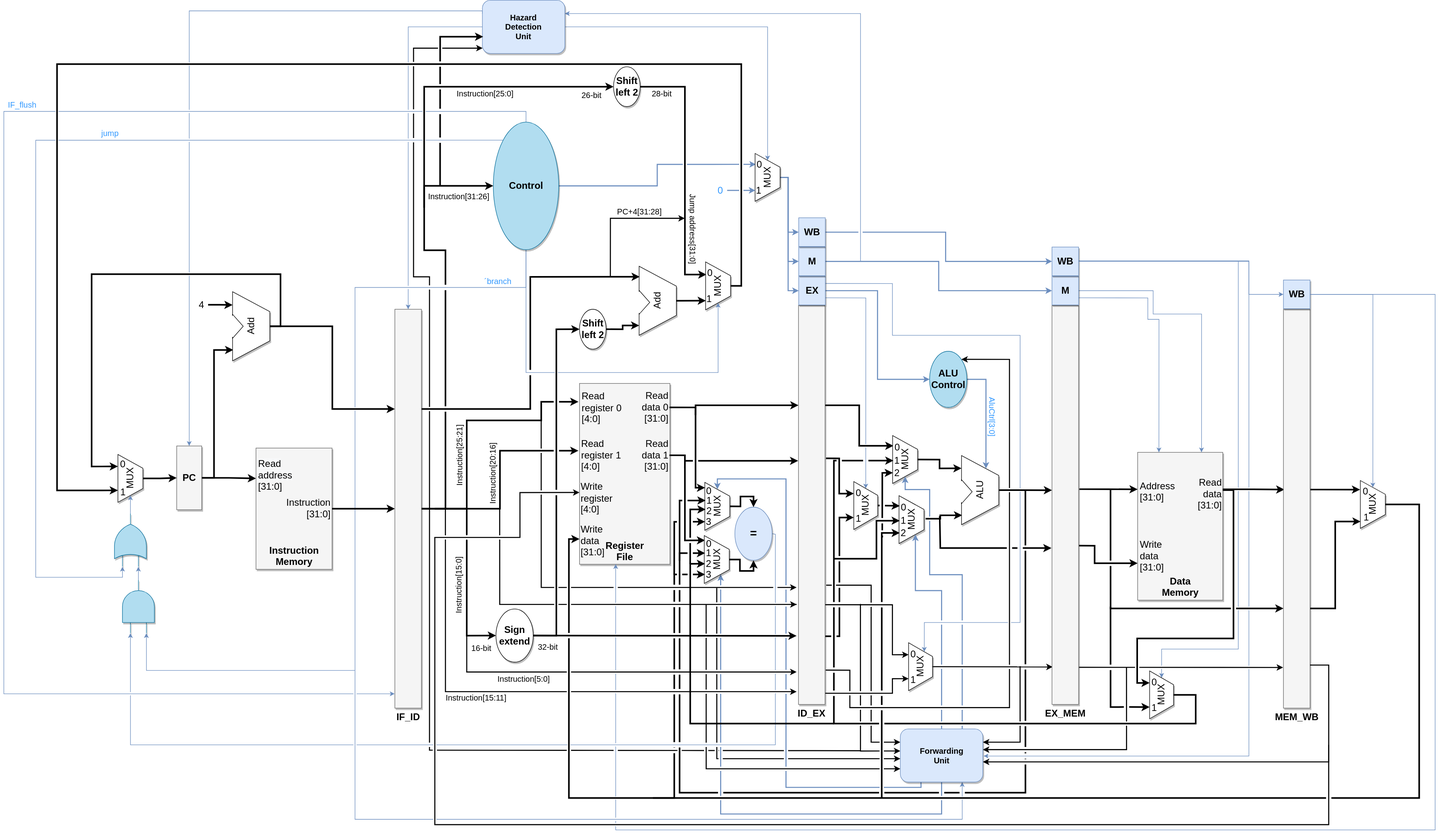
Above: pipeline/alib/MIPS_structure.svg in UandersonSilva/MIPS (draw.io), before the change. Source tidied: cells renumbered, new cells last; positions are measured from the earlier drawing's top-left corner, leaving out a move shared by most shapes.
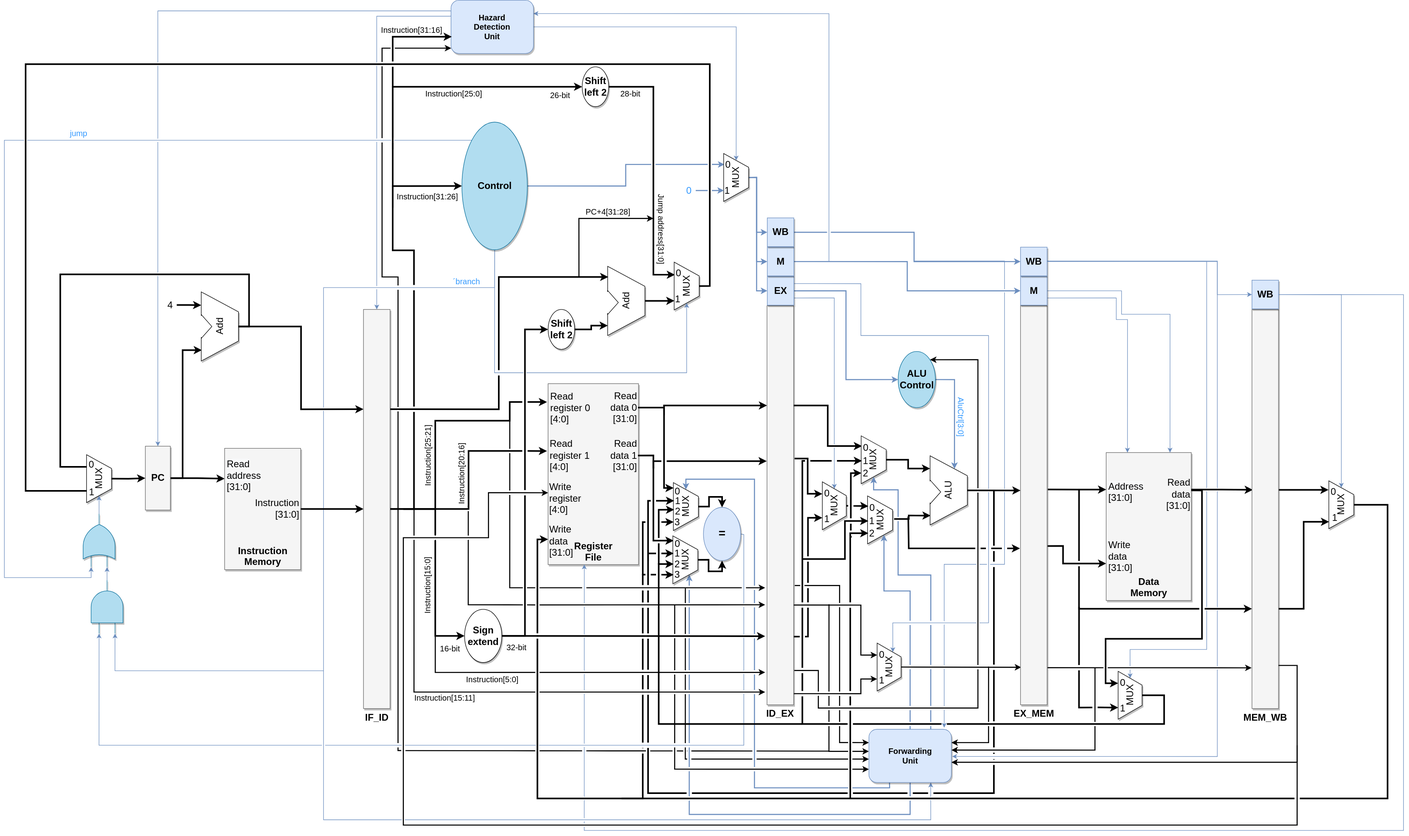
Above is the later version.

Commit message:
MIPS structure updated.

Diff of the diagram source:
```diff
@@ -315,15 +315,6 @@
         </Array>
       </mxGeometry>
     </mxCell>
-    <mxCell id="73" style="edgeStyle=orthogonalEdgeStyle;rounded=0;jumpStyle=gap;jettySize=auto;html=1;exitX=0.5;exitY=0;exitDx=0;exitDy=0;entryX=-0.01;entryY=0.964;entryDx=0;entryDy=0;strokeWidth=1;fontFamily=Helvetica;fontSize=12;fontColor=default;entryPerimeter=0;fillColor=#dae8fc;strokeColor=#6c8ebf;" parent="1" edge="1" source="75" target="95">
-      <mxGeometry relative="1" as="geometry">
-        <Array as="points">
-          <mxPoint x="981" y="209" />
-          <mxPoint y="209" />
-          <mxPoint y="1304" />
-        </Array>
-      </mxGeometry>
-    </mxCell>
     <mxCell id="74" style="edgeStyle=orthogonalEdgeStyle;rounded=0;jumpStyle=gap;jettySize=auto;html=1;exitX=1;exitY=0.5;exitDx=0;exitDy=0;entryX=0;entryY=0.5;entryDx=0;entryDy=0;strokeWidth=2;fontFamily=Helvetica;fontSize=12;fontColor=default;fillColor=#dae8fc;strokeColor=#6c8ebf;" parent="1" edge="1" source="75" target="194">
       <mxGeometry relative="1" as="geometry">
         <Array as="points">
@@ -581,6 +572,17 @@
         </Array>
       </mxGeometry>
     </mxCell>
+    <mxCell id="210" style="edgeStyle=orthogonalEdgeStyle;rounded=0;jettySize=auto;html=1;exitX=1;exitY=0.5;exitDx=0;exitDy=0;entryX=0.913;entryY=-0.03;entryDx=0;entryDy=0;entryPerimeter=0;fillColor=#dae8fc;strokeColor=#6c8ebf;jumpStyle=gap;" parent="1" edge="1" source="121" target="154">
+      <mxGeometry relative="1" as="geometry">
+        <Array as="points">
+          <mxPoint x="1770" y="436" />
+          <mxPoint x="1770" y="490" />
+          <mxPoint x="1940" y="490" />
+          <mxPoint x="1940" y="1060" />
+          <mxPoint x="1827" y="1060" />
+        </Array>
+      </mxGeometry>
+    </mxCell>
     <mxCell id="121" value="&lt;b&gt;WB&lt;/b&gt;" style="whiteSpace=wrap;html=1;shadow=1;fontSize=18;fillColor=#dae8fc;strokeColor=#6c8ebf;verticalAlign=middle;labelPosition=center;verticalLabelPosition=middle;align=center;" parent="1" vertex="1">
       <mxGeometry x="1494" y="409" width="50" height="54" as="geometry" />
     </mxCell>
@@ -827,10 +829,11 @@
     <mxCell id="159" value="1" style="text;html=1;strokeColor=none;fillColor=none;align=center;verticalAlign=middle;whiteSpace=wrap;rounded=0;shadow=1;fontSize=18;" parent="1" vertex="1">
       <mxGeometry x="1600.5" y="968" width="12" height="13" as="geometry" />
     </mxCell>
-    <mxCell id="160" style="edgeStyle=orthogonalEdgeStyle;rounded=0;jumpStyle=gap;jettySize=auto;html=1;exitX=0;exitY=0.5;exitDx=0;exitDy=0;entryX=0.5;entryY=0;entryDx=0;entryDy=0;strokeWidth=1;fontFamily=Helvetica;fontSize=12;fontColor=default;fillColor=#dae8fc;strokeColor=#6c8ebf;" parent="1" edge="1" source="163" target="95">
+    <mxCell id="160" style="edgeStyle=orthogonalEdgeStyle;rounded=0;jumpStyle=gap;jettySize=auto;html=1;exitX=0;exitY=0.25;exitDx=0;exitDy=0;entryX=0.5;entryY=0;entryDx=0;entryDy=0;strokeWidth=1;fontFamily=Helvetica;fontSize=12;fontColor=default;fillColor=#dae8fc;strokeColor=#6c8ebf;" parent="1" edge="1" source="163" target="95">
       <mxGeometry relative="1" as="geometry">
         <Array as="points">
-          <mxPoint x="760" y="50" />
+          <mxPoint x="900" y="30" />
+          <mxPoint x="760" y="30" />
         </Array>
       </mxGeometry>
     </mxCell>
@@ -1002,11 +1005,10 @@
     </mxCell>
     <mxCell id="197" style="edgeStyle=orthogonalEdgeStyle;rounded=0;jumpStyle=gap;orthogonalLoop=1;jettySize=auto;html=1;strokeWidth=3;entryX=0;entryY=0.5;entryDx=0;entryDy=0;" parent="1" edge="1">
       <mxGeometry relative="1" as="geometry">
-        <mxPoint x="820" y="350" as="sourcePoint" />
+        <mxPoint x="790" y="280" as="sourcePoint" />
         <mxPoint x="901" y="68.5" as="targetPoint" />
         <Array as="points">
-          <mxPoint x="820" y="320" />
-          <mxPoint x="820" y="69" />
+          <mxPoint x="790" y="69" />
         </Array>
       </mxGeometry>
     </mxCell>
@@ -1023,9 +1025,6 @@
         </Array>
       </mxGeometry>
     </mxCell>
-    <mxCell id="199" value="&lt;font color=&quot;#3399ff&quot;&gt;IF_flush&lt;/font&gt;" style="text;html=1;strokeColor=none;fillColor=none;align=center;verticalAlign=middle;whiteSpace=wrap;rounded=0;shadow=0;fontSize=15;rotation=0;" parent="1" vertex="1">
-      <mxGeometry x="5" y="186" width="59" height="19" as="geometry" />
-    </mxCell>
     <mxCell id="200" value="&lt;font color=&quot;#3399ff&quot;&gt;jump&lt;/font&gt;" style="text;html=1;strokeColor=none;fillColor=none;align=center;verticalAlign=middle;whiteSpace=wrap;rounded=0;shadow=0;fontSize=15;rotation=0;" parent="1" vertex="1">
       <mxGeometry x="170" y="240" width="59" height="19" as="geometry" />
     </mxCell>
@@ -1073,5 +1072,8 @@
     <mxCell id="209" value="3" style="text;html=1;strokeColor=none;fillColor=none;align=center;verticalAlign=middle;whiteSpace=wrap;rounded=0;shadow=1;fontSize=18;" parent="1" vertex="1">
       <mxGeometry x="1318" y="1073" width="13" height="13" as="geometry" />
     </mxCell>
+    <mxCell id="211" value="Instruction[31:16]" style="text;html=1;strokeColor=none;fillColor=none;align=center;verticalAlign=middle;whiteSpace=wrap;rounded=0;shadow=0;fontSize=15;" parent="1" vertex="1">
+      <mxGeometry x="763" y="47" width="125" height="17" as="geometry" />
+    </mxCell>
   </root>
 </mxGraphModel>
```
